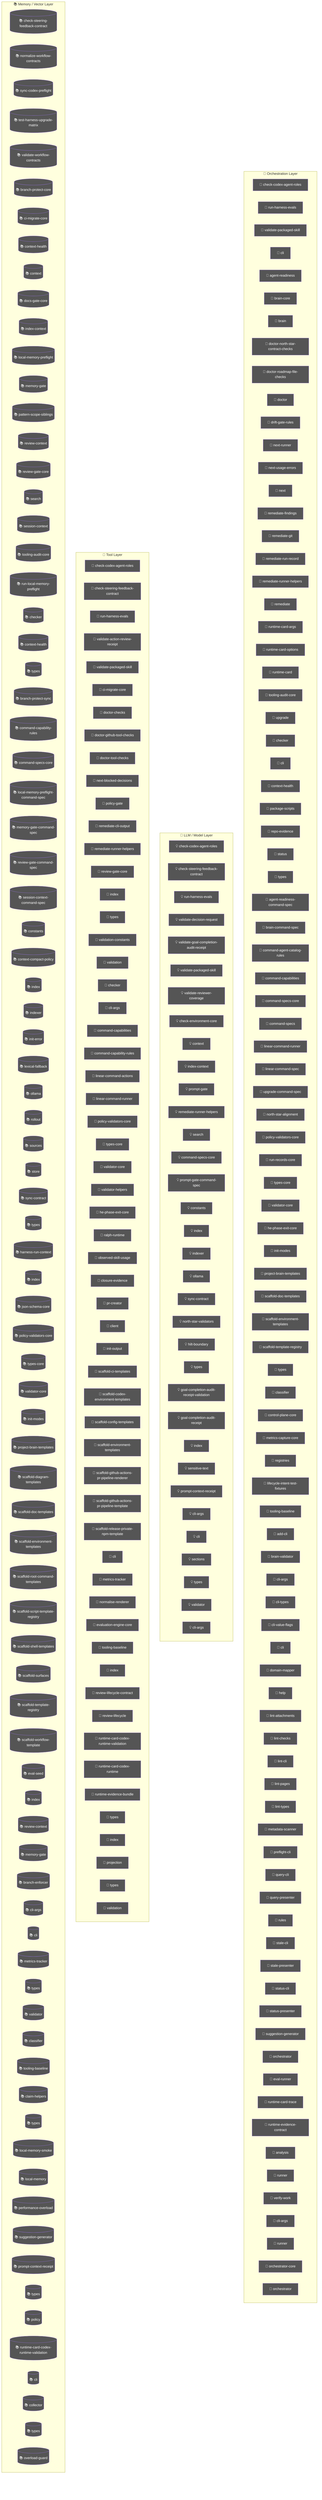
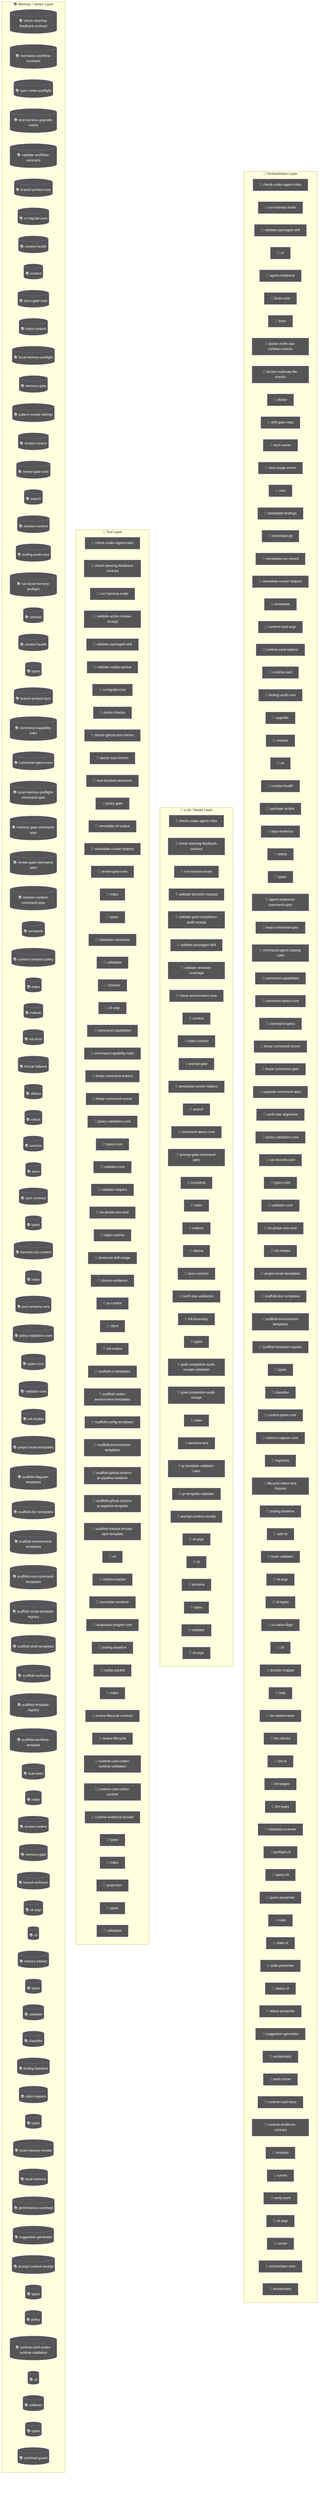
flowchart TD
  subgraph Orchestration["🎯 Orchestration Layer"]
    node_agent_mmd_orchestration_layer_orchestration_chec_7a9f0b64["🤖 check-codex-agent-roles"]
    node_agent_mmd_orchestration_layer_orchestration_run__18817957["🤖 run-harness-evals"]
    node_agent_mmd_orchestration_layer_orchestration_vali_c01b04be["🤖 validate-packaged-skill"]
    cli_99bb8840["🤖 cli"]
    agent_readiness_c82c68e6["🤖 agent-readiness"]
    brain_core_aa07c380["🤖 brain-core"]
    brain_bbbf7a64["🤖 brain"]
    doctor_north_star_contract_checks_0048124c["🤖 doctor-north-star-contract-checks"]
    doctor_roadmap_file_checks_14447b8e["🤖 doctor-roadmap-file-checks"]
    doctor_72f4be89["🤖 doctor"]
    drift_gate_rules_9685e72d["🤖 drift-gate-rules"]
    next_runner_41643472["🤖 next-runner"]
    next_usage_errors_837a345a["🤖 next-usage-errors"]
    next_c6c1c9a9["🤖 next"]
    remediate_findings_8b09c8c6["🤖 remediate-findings"]
    remediate_git_58c6f6f4["🤖 remediate-git"]
    remediate_run_record_9dfe5dc1["🤖 remediate-run-record"]
    node_agent_mmd_orchestration_layer_orchestration_reme_359fe98f["🤖 remediate-runner-helpers"]
    remediate_06b9c7fc["🤖 remediate"]
    runtime_card_args_2b3d4b28["🤖 runtime-card-args"]
    runtime_card_options_c9156ad5["🤖 runtime-card-options"]
    runtime_card_e06b53e1["🤖 runtime-card"]
    node_agent_mmd_orchestration_layer_orchestration_tool_acfe0c01["🤖 tooling-audit-core"]
    upgrade_7fef9479["🤖 upgrade"]
    node_agent_mmd_orchestration_layer_orchestration_chec_0550c395["🤖 checker"]
    cli_1_084e05fe["🤖 cli"]
    node_agent_mmd_orchestration_layer_orchestration_cont_61b3b9c9["🤖 context-health"]
    package_scripts_3ee6150f["🤖 package-scripts"]
    repo_evidence_38bb1de5["🤖 repo-evidence"]
    status_073c1634["🤖 status"]
    node_agent_mmd_orchestration_layer_orchestration_type_4f906dcc["🤖 types"]
    agent_readiness_command_spec_a30c2c1e["🤖 agent-readiness-command-spec"]
    brain_command_spec_15b122d5["🤖 brain-command-spec"]
    command_agent_catalog_rules_8e06b2af["🤖 command-agent-catalog-rules"]
    node_agent_mmd_orchestration_layer_orchestration_comm_6e41a7f7["🤖 command-capabilities"]
    node_agent_mmd_orchestration_layer_orchestration_comm_1f8cc24c["🤖 command-specs-core"]
    command_specs_69167c63["🤖 command-specs"]
    node_agent_mmd_orchestration_layer_orchestration_line_b67affd5["🤖 linear-command-runner"]
    linear_command_spec_1e12dd44["🤖 linear-command-spec"]
    upgrade_command_spec_03f6c7bd["🤖 upgrade-command-spec"]
    north_star_alignment_00440188["🤖 north-star-alignment"]
    node_agent_mmd_orchestration_layer_orchestration_poli_3270b55d["🤖 policy-validators-core"]
    run_records_core_89286dfa["🤖 run-records-core"]
    node_agent_mmd_orchestration_layer_orchestration_type_7cf81261["🤖 types-core"]
    node_agent_mmd_orchestration_layer_orchestration_vali_d9fe99e6["🤖 validator-core"]
    node_agent_mmd_orchestration_layer_orchestration_he_p_fc778c24["🤖 he-phase-exit-core"]
    node_agent_mmd_orchestration_layer_orchestration_init_2a9c3ecb["🤖 init-modes"]
    node_agent_mmd_orchestration_layer_orchestration_proj_6ab6f60f["🤖 project-brain-templates"]
    node_agent_mmd_orchestration_layer_orchestration_scaf_12cc07db["🤖 scaffold-doc-templates"]
    node_agent_mmd_orchestration_layer_orchestration_scaf_c9a90c2f["🤖 scaffold-environment-templates"]
    node_agent_mmd_orchestration_layer_orchestration_scaf_ff8f92f6["🤖 scaffold-template-registry"]
    types_15_86775c96["🤖 types"]
    node_agent_mmd_orchestration_layer_orchestration_clas_899b821a["🤖 classifier"]
    control_plane_core_db3b4cb2["🤖 control-plane-core"]
    metrics_capture_core_db4bf7cf["🤖 metrics-capture-core"]
    registries_06402afa["🤖 registries"]
    lifecycle_intent_test_fixtures_a53c7ada["🤖 lifecycle-intent-test-fixtures"]
    node_agent_mmd_orchestration_layer_orchestration_tool_cc43149f["🤖 tooling-baseline"]
    add_cli_7614de25["🤖 add-cli"]
    brain_validator_be251832["🤖 brain-validator"]
    cli_args_8_d546936e["🤖 cli-args"]
    cli_types_1686e858["🤖 cli-types"]
    cli_value_flags_732a8e43["🤖 cli-value-flags"]
    cli_9_b54c1407["🤖 cli"]
    domain_mapper_cd9333d2["🤖 domain-mapper"]
    help_106a5842["🤖 help"]
    lint_attachments_873c0632["🤖 lint-attachments"]
    lint_checks_83522b19["🤖 lint-checks"]
    lint_cli_9ec62ec0["🤖 lint-cli"]
    lint_pages_e33301d0["🤖 lint-pages"]
    lint_types_2862c255["🤖 lint-types"]
    metadata_scanner_6a101b66["🤖 metadata-scanner"]
    preflight_cli_5d148379["🤖 preflight-cli"]
    query_cli_b95be64d["🤖 query-cli"]
    query_presenter_02e6077c["🤖 query-presenter"]
    rules_6c621d1a["🤖 rules"]
    stale_cli_64548720["🤖 stale-cli"]
    stale_presenter_1de4e3a2["🤖 stale-presenter"]
    status_cli_4c24a0d6["🤖 status-cli"]
    status_presenter_8de686c1["🤖 status-presenter"]
    node_agent_mmd_orchestration_layer_orchestration_sugg_85c5ebe3["🤖 suggestion-generator"]
    orchestrator_11376b7e["🤖 orchestrator"]
    eval_runner_0966a6b3["🤖 eval-runner"]
    runtime_card_trace_64a5ca95["🤖 runtime-card-trace"]
    runtime_evidence_contract_0f7b15b2["🤖 runtime-evidence-contract"]
    analysis_f44e85c4["🤖 analysis"]
    runner_527aa9f4["🤖 runner"]
    verify_work_1_cd8e7ec3["🤖 verify-work"]
    cli_args_14_3481043e["🤖 cli-args"]
    runner_1_6f281bf8["🤖 runner"]
    orchestrator_core_d0678b53["🤖 orchestrator-core"]
    orchestrator_1_6b7137c5["🤖 orchestrator"]
  end
  subgraph LLMLayer["🧠 LLM / Model Layer"]
    node_agent_mmd_llm_model_layer_llmlayer_check_codex_a_29e7b7fa["💡 check-codex-agent-roles"]
    node_agent_mmd_llm_model_layer_llmlayer_check_steerin_a7dbbd2f["💡 check-steering-feedback-contract"]
    node_agent_mmd_llm_model_layer_llmlayer_run_harness_e_603fcfdc["💡 run-harness-evals"]
    validate_decision_request_2e5c325e["💡 validate-decision-request"]
    validate_goal_completion_audit_receipt_100d252c["💡 validate-goal-completion-audit-receipt"]
    node_agent_mmd_llm_model_layer_llmlayer_validate_pack_2a12e1f4["💡 validate-packaged-skill"]
    validate_reviewer_coverage_251efee3["💡 validate-reviewer-coverage"]
    check_environment_core_2c16213f["💡 check-environment-core"]
    node_agent_mmd_llm_model_layer_llmlayer_context_conte_ad2dfbd9["💡 context"]
    node_agent_mmd_llm_model_layer_llmlayer_index_context_1041bd11["💡 index-context"]
    prompt_gate_c5e9d207["💡 prompt-gate"]
    node_agent_mmd_llm_model_layer_llmlayer_remediate_run_9e3d4585["💡 remediate-runner-helpers"]
    node_agent_mmd_llm_model_layer_llmlayer_search_search_66b9a911["💡 search"]
    node_agent_mmd_llm_model_layer_llmlayer_command_specs_782af9fa["💡 command-specs-core"]
    prompt_gate_command_spec_9a941482["💡 prompt-gate-command-spec"]
    node_agent_mmd_llm_model_layer_llmlayer_constants_con_c9bd3f6c["💡 constants"]
    node_agent_mmd_llm_model_layer_llmlayer_index_index_1_02e160ff["💡 index"]
    node_agent_mmd_llm_model_layer_llmlayer_indexer_index_4f4deef5["💡 indexer"]
    node_agent_mmd_llm_model_layer_llmlayer_ollama_ollama_968b23fa["💡 ollama"]
    node_agent_mmd_llm_model_layer_llmlayer_sync_contract_9f3cc8c1["💡 sync-contract"]
    north_star_validators_cfc926ce["💡 north-star-validators"]
    hilt_boundary_9b36fb15["💡 hilt-boundary"]
    types_9_1db4641f["💡 types"]
    goal_completion_audit_receipt_validation_9d0f4891["💡 goal-completion-audit-receipt-validation"]
    goal_completion_audit_receipt_5e4939c3["💡 goal-completion-audit-receipt"]
    index_4_013aa0e3["💡 index"]
    sensitive_text_7c11f760["💡 sensitive-text"]
+     pr_template_validator_rules_20a32d6b["💡 pr-template-validator-rules"]
+     pr_template_validator_f1a53aee["💡 pr-template-validator"]
    node_agent_mmd_llm_model_layer_llmlayer_index_index_1_02e160ff["💡 index"]
    node_agent_mmd_llm_model_layer_llmlayer_prompt_contex_6426acc2["💡 prompt-context-receipt"]
    cli_args_9_9c136878["💡 cli-args"]
    cli_10_35dc8cbd["💡 cli"]
    sections_4697ef32["💡 sections"]
    types_25_89d086aa["💡 types"]
    validator_6_3688adbf["💡 validator"]
    cli_args_10_861cdd3f["💡 cli-args"]
  end
  subgraph ToolLayer["🔧 Tool Layer"]
    node_agent_mmd_tool_layer_toollayer_check_codex_agent_4b361d5a["🔧 check-codex-agent-roles"]
    node_agent_mmd_tool_layer_toollayer_check_steering_fe_84ed22c2["🔧 check-steering-feedback-contract"]
    node_agent_mmd_tool_layer_toollayer_run_harness_evals_e2ee24f1["🔧 run-harness-evals"]
    validate_action_review_receipt_fa2f06c3["🔧 validate-action-review-receipt"]
    node_agent_mmd_tool_layer_toollayer_validate_packaged_2855c827["🔧 validate-packaged-skill"]
+     validate_replay_packet_f309747e["🔧 validate-replay-packet"]
    node_agent_mmd_tool_layer_toollayer_ci_migrate_core_c_049f8460["🔧 ci-migrate-core"]
    doctor_checks_5a2eb2b9["🔧 doctor-checks"]
    doctor_github_tool_checks_a53b0382["🔧 doctor-github-tool-checks"]
    doctor_tool_checks_4acac51a["🔧 doctor-tool-checks"]
    next_blocked_decisions_4140ad2b["🔧 next-blocked-decisions"]
    policy_gate_213f7313["🔧 policy-gate"]
    remediate_cli_output_cc165396["🔧 remediate-cli-output"]
    node_agent_mmd_tool_layer_toollayer_remediate_runner__c003b871["🔧 remediate-runner-helpers"]
    node_agent_mmd_tool_layer_toollayer_review_gate_core__7704598b["🔧 review-gate-core"]
    index_1bc04b52["🔧 index"]
    types_1_4ecdf56e["🔧 types"]
    validation_constants_e002a0f6["🔧 validation-constants"]
    validation_98c41dcd["🔧 validation"]
    node_agent_mmd_tool_layer_toollayer_checker_checker_2_453d593b["🔧 checker"]
    cli_args_1_6144b055["🔧 cli-args"]
    node_agent_mmd_tool_layer_toollayer_command_capabilit_7fe13db1["🔧 command-capabilities"]
    node_agent_mmd_tool_layer_toollayer_command_capabilit_e97a4615["🔧 command-capability-rules"]
    linear_command_actions_e430f4f4["🔧 linear-command-actions"]
    node_agent_mmd_tool_layer_toollayer_linear_command_ru_d6763748["🔧 linear-command-runner"]
    node_agent_mmd_tool_layer_toollayer_policy_validators_af136abf["🔧 policy-validators-core"]
    node_agent_mmd_tool_layer_toollayer_types_core_types__6c8319b6["🔧 types-core"]
    node_agent_mmd_tool_layer_toollayer_validator_core_va_6ef6131f["🔧 validator-core"]
    validator_helpers_7b927667["🔧 validator-helpers"]
    node_agent_mmd_tool_layer_toollayer_he_phase_exit_cor_af016160["🔧 he-phase-exit-core"]
    ralph_runtime_73d63c0e["🔧 ralph-runtime"]
    observed_skill_usage_ed7d5930["🔧 observed-skill-usage"]
    closure_evidence_aaa31467["🔧 closure-evidence"]
    pr_creator_dc6b1ea4["🔧 pr-creator"]
    client_948fe603["🔧 client"]
    init_output_360dce91["🔧 init-output"]
    scaffold_ci_templates_2afd6392["🔧 scaffold-ci-templates"]
    scaffold_codex_environment_templates_334fbbed["🔧 scaffold-codex-environment-templates"]
    scaffold_config_templates_4b80ce53["🔧 scaffold-config-templates"]
    node_agent_mmd_tool_layer_toollayer_scaffold_environm_c1afc013["🔧 scaffold-environment-templates"]
    scaffold_github_actions_pr_pipeline_renderer_1ee18de5["🔧 scaffold-github-actions-pr-pipeline-renderer"]
    scaffold_github_actions_pr_pipeline_template_e2b85f62["🔧 scaffold-github-actions-pr-pipeline-template"]
    scaffold_release_private_npm_template_075499f8["🔧 scaffold-release-private-npm-template"]
    node_agent_mmd_tool_layer_toollayer_cli_cli_2_1_32d9eeaf["🔧 cli"]
    node_agent_mmd_tool_layer_toollayer_metrics_tracker_m_4c9237d8["🔧 metrics-tracker"]
    normalise_renderer_85f2e563["🔧 normalise-renderer"]
    evaluation_engine_core_e054fe49["🔧 evaluation-engine-core"]
    node_agent_mmd_tool_layer_toollayer_tooling_baseline__61e66e9f["🔧 tooling-baseline"]
+     replay_packet_a1293f88["🔧 replay-packet"]
    index_11_ffcd5842["🔧 index"]
    review_lifecycle_contract_e5447221["🔧 review-lifecycle-contract"]
    review_lifecycle_89afa64c["🔧 review-lifecycle"]
    node_agent_mmd_tool_layer_toollayer_runtime_card_code_3636ceac["🔧 runtime-card-codex-runtime-validation"]
    runtime_card_codex_runtime_0655e230["🔧 runtime-card-codex-runtime"]
    runtime_evidence_bundle_d471a232["🔧 runtime-evidence-bundle"]
    types_34_85e6a0bb["🔧 types"]
    index_14_d982116c["🔧 index"]
    projection_1b250ea1["🔧 projection"]
    types_36_674380ec["🔧 types"]
    validation_6_097a7ce3["🔧 validation"]
  end
  subgraph MemoryLayer["📚 Memory / Vector Layer"]
    node_agent_mmd_memory_vector_layer_memorylayer_check__d71f8993[("📚 check-steering-feedback-contract")]
    normalize_workflow_contracts_8701f1c8[("📚 normalize-workflow-contracts")]
    sync_codex_preflight_7e7a8dc2[("📚 sync-codex-preflight")]
    test_harness_upgrade_matrix_84113c4e[("📚 test-harness-upgrade-matrix")]
    validate_workflow_contracts_33dc063c[("📚 validate-workflow-contracts")]
    branch_protect_core_a8feb0fd[("📚 branch-protect-core")]
    node_agent_mmd_memory_vector_layer_memorylayer_ci_mig_0cd5b1a4[("📚 ci-migrate-core")]
    context_health_80bb7da9[("📚 context-health")]
    node_agent_mmd_memory_vector_layer_memorylayer_contex_78ceaaa9[("📚 context")]
    docs_gate_core_eb9b6c18[("📚 docs-gate-core")]
    node_agent_mmd_memory_vector_layer_memorylayer_index__6f3402d0[("📚 index-context")]
    local_memory_preflight_dcc36c42[("📚 local-memory-preflight")]
    memory_gate_a577a506[("📚 memory-gate")]
    pattern_scope_siblings_43abe000[("📚 pattern-scope-siblings")]
    review_context_ca6cf81d[("📚 review-context")]
    node_agent_mmd_memory_vector_layer_memorylayer_review_5bee9816[("📚 review-gate-core")]
    node_agent_mmd_memory_vector_layer_memorylayer_search_ac35cb7e[("📚 search")]
    session_context_e5ec72c0[("📚 session-context")]
    node_agent_mmd_memory_vector_layer_memorylayer_toolin_a1185b8f[("📚 tooling-audit-core")]
    run_local_memory_preflight_36e92808[("📚 run-local-memory-preflight")]
    node_agent_mmd_memory_vector_layer_memorylayer_checke_a583eb4f[("📚 checker")]
    node_agent_mmd_memory_vector_layer_memorylayer_contex_fe0865d6[("📚 context-health")]
    node_agent_mmd_memory_vector_layer_memorylayer_types__9ad640a0[("📚 types")]
    branch_protect_sync_570adb18[("📚 branch-protect-sync")]
    node_agent_mmd_memory_vector_layer_memorylayer_comman_c72a5d05[("📚 command-capability-rules")]
    node_agent_mmd_memory_vector_layer_memorylayer_comman_111eb454[("📚 command-specs-core")]
    local_memory_preflight_command_spec_9e23f3ce[("📚 local-memory-preflight-command-spec")]
    memory_gate_command_spec_dc9001a9[("📚 memory-gate-command-spec")]
    review_gate_command_spec_3187376a[("📚 review-gate-command-spec")]
    session_context_command_spec_973afbb1[("📚 session-context-command-spec")]
    node_agent_mmd_memory_vector_layer_memorylayer_consta_702d3f46[("📚 constants")]
    context_compact_policy_3dcaf95d[("📚 context-compact-policy")]
    node_agent_mmd_memory_vector_layer_memorylayer_index__752bc61e[("📚 index")]
    node_agent_mmd_memory_vector_layer_memorylayer_indexe_93e6d86f[("📚 indexer")]
    init_error_5c7dd49f[("📚 init-error")]
    lexical_fallback_723e2b3e[("📚 lexical-fallback")]
    node_agent_mmd_memory_vector_layer_memorylayer_ollama_6d51be16[("📚 ollama")]
    rollout_a4fa034c[("📚 rollout")]
    sources_878a52fc[("📚 sources")]
    store_824d80d7[("📚 store")]
    node_agent_mmd_memory_vector_layer_memorylayer_sync_c_e43418bc[("📚 sync-contract")]
    types_7_2f1ed65e[("📚 types")]
    harness_run_context_ac7c77a9[("📚 harness-run-context")]
    index_3_7e40d474[("📚 index")]
    json_schema_core_96d7e328[("📚 json-schema-core")]
    node_agent_mmd_memory_vector_layer_memorylayer_policy_1944de42[("📚 policy-validators-core")]
    node_agent_mmd_memory_vector_layer_memorylayer_types__83f369fa[("📚 types-core")]
    node_agent_mmd_memory_vector_layer_memorylayer_valida_41034356[("📚 validator-core")]
    node_agent_mmd_memory_vector_layer_memorylayer_init_m_333d02c5[("📚 init-modes")]
    node_agent_mmd_memory_vector_layer_memorylayer_projec_3ae304d9[("📚 project-brain-templates")]
    scaffold_diagram_templates_dd88e83c[("📚 scaffold-diagram-templates")]
    node_agent_mmd_memory_vector_layer_memorylayer_scaffo_5fd73b94[("📚 scaffold-doc-templates")]
    node_agent_mmd_memory_vector_layer_memorylayer_scaffo_12b42341[("📚 scaffold-environment-templates")]
    scaffold_root_command_templates_404fed7f[("📚 scaffold-root-command-templates")]
    scaffold_script_template_registry_69312d4e[("📚 scaffold-script-template-registry")]
    scaffold_shell_templates_0ad0f915[("📚 scaffold-shell-templates")]
    scaffold_surfaces_12d6494e[("📚 scaffold-surfaces")]
    node_agent_mmd_memory_vector_layer_memorylayer_scaffo_a86eece1[("📚 scaffold-template-registry")]
    scaffold_workflow_template_92310587[("📚 scaffold-workflow-template")]
    eval_seed_5699fd3e[("📚 eval-seed")]
    index_8_6f0f20ec[("📚 index")]
    review_context_1_e3afed15[("📚 review-context")]
    memory_gate_1_265164ac[("📚 memory-gate")]
    branch_enforcer_acb749cd[("📚 branch-enforcer")]
    cli_args_5_09ea29f0[("📚 cli-args")]
    node_agent_mmd_memory_vector_layer_memorylayer_cli_cl_1f1f89ab[("📚 cli")]
    node_agent_mmd_memory_vector_layer_memorylayer_metric_12562178[("📚 metrics-tracker")]
    types_17_ed30531c[("📚 types")]
    validator_4_5180cf23[("📚 validator")]
    node_agent_mmd_memory_vector_layer_memorylayer_classi_1ebbf5ff[("📚 classifier")]
    node_agent_mmd_memory_vector_layer_memorylayer_toolin_14f86b00[("📚 tooling-baseline")]
    claim_helpers_20dc8387[("📚 claim-helpers")]
    types_22_f3cf4a73[("📚 types")]
    local_memory_smoke_1175abfc[("📚 local-memory-smoke")]
    local_memory_0db17ecc[("📚 local-memory")]
    performance_overload_c685bfcf[("📚 performance-overload")]
    node_agent_mmd_memory_vector_layer_memorylayer_sugges_267f408d[("📚 suggestion-generator")]
    node_agent_mmd_memory_vector_layer_memorylayer_index__752bc61e[("📚 index")]
    node_agent_mmd_memory_vector_layer_memorylayer_prompt_55c0d605[("📚 prompt-context-receipt")]
    types_29_929d5a70[("📚 types")]
    policy_1_fc4198db[("📚 policy")]
    node_agent_mmd_memory_vector_layer_memorylayer_runtim_a5d23e7f[("📚 runtime-card-codex-runtime-validation")]
    cli_11_338a8415[("📚 cli")]
    collector_0736fd5b[("📚 collector")]
    types_32_bfe791ff[("📚 types")]
    overload_guard_2748c559[("📚 overload-guard")]
  end
  classDef agentNode fill:#555,color:#fff
  class node_agent_mmd_orchestration_layer_orchestration_chec_7a9f0b64,node_agent_mmd_llm_model_layer_llmlayer_check_codex_a_29e7b7fa,node_agent_mmd_tool_layer_toollayer_check_codex_agent_4b361d5a,node_agent_mmd_orchestration_layer_orchestration_run__18817957,node_agent_mmd_llm_model_layer_llmlayer_run_harness_e_603fcfdc,node_agent_mmd_tool_layer_toollayer_run_harness_evals_e2ee24f1,node_agent_mmd_orchestration_layer_orchestration_vali_c01b04be,node_agent_mmd_llm_model_layer_llmlayer_validate_pack_2a12e1f4,node_agent_mmd_tool_layer_toollayer_validate_packaged_2855c827,cli_99bb8840,agent_readiness_c82c68e6,brain_core_aa07c380,brain_bbbf7a64,doctor_north_star_contract_checks_0048124c,doctor_roadmap_file_checks_14447b8e,doctor_72f4be89,drift_gate_rules_9685e72d,next_runner_41643472,next_usage_errors_837a345a,next_c6c1c9a9,remediate_findings_8b09c8c6,remediate_git_58c6f6f4,remediate_run_record_9dfe5dc1,node_agent_mmd_orchestration_layer_orchestration_reme_359fe98f,node_agent_mmd_llm_model_layer_llmlayer_remediate_run_9e3d4585,node_agent_mmd_tool_layer_toollayer_remediate_runner__c003b871,remediate_06b9c7fc,runtime_card_args_2b3d4b28,runtime_card_options_c9156ad5,runtime_card_e06b53e1,node_agent_mmd_orchestration_layer_orchestration_tool_acfe0c01,node_agent_mmd_memory_vector_layer_memorylayer_toolin_a1185b8f,upgrade_7fef9479,node_agent_mmd_orchestration_layer_orchestration_chec_0550c395,node_agent_mmd_tool_layer_toollayer_checker_checker_2_453d593b,node_agent_mmd_memory_vector_layer_memorylayer_checke_a583eb4f,cli_1_084e05fe,node_agent_mmd_orchestration_layer_orchestration_cont_61b3b9c9,node_agent_mmd_memory_vector_layer_memorylayer_contex_fe0865d6,package_scripts_3ee6150f,repo_evidence_38bb1de5,status_073c1634,node_agent_mmd_orchestration_layer_orchestration_type_4f906dcc,node_agent_mmd_memory_vector_layer_memorylayer_types__9ad640a0,agent_readiness_command_spec_a30c2c1e,brain_command_spec_15b122d5,command_agent_catalog_rules_8e06b2af,node_agent_mmd_orchestration_layer_orchestration_comm_6e41a7f7,node_agent_mmd_tool_layer_toollayer_command_capabilit_7fe13db1,node_agent_mmd_orchestration_layer_orchestration_comm_1f8cc24c,node_agent_mmd_llm_model_layer_llmlayer_command_specs_782af9fa,node_agent_mmd_memory_vector_layer_memorylayer_comman_111eb454,command_specs_69167c63,node_agent_mmd_orchestration_layer_orchestration_line_b67affd5,node_agent_mmd_tool_layer_toollayer_linear_command_ru_d6763748,linear_command_spec_1e12dd44,upgrade_command_spec_03f6c7bd,north_star_alignment_00440188,node_agent_mmd_orchestration_layer_orchestration_poli_3270b55d,node_agent_mmd_tool_layer_toollayer_policy_validators_af136abf,node_agent_mmd_memory_vector_layer_memorylayer_policy_1944de42,run_records_core_89286dfa,node_agent_mmd_orchestration_layer_orchestration_type_7cf81261,node_agent_mmd_tool_layer_toollayer_types_core_types__6c8319b6,node_agent_mmd_memory_vector_layer_memorylayer_types__83f369fa,node_agent_mmd_orchestration_layer_orchestration_vali_d9fe99e6,node_agent_mmd_tool_layer_toollayer_validator_core_va_6ef6131f,node_agent_mmd_memory_vector_layer_memorylayer_valida_41034356,node_agent_mmd_orchestration_layer_orchestration_he_p_fc778c24,node_agent_mmd_tool_layer_toollayer_he_phase_exit_cor_af016160,node_agent_mmd_orchestration_layer_orchestration_init_2a9c3ecb,node_agent_mmd_memory_vector_layer_memorylayer_init_m_333d02c5,node_agent_mmd_orchestration_layer_orchestration_proj_6ab6f60f,node_agent_mmd_memory_vector_layer_memorylayer_projec_3ae304d9,node_agent_mmd_orchestration_layer_orchestration_scaf_12cc07db,node_agent_mmd_memory_vector_layer_memorylayer_scaffo_5fd73b94,node_agent_mmd_orchestration_layer_orchestration_scaf_c9a90c2f,node_agent_mmd_tool_layer_toollayer_scaffold_environm_c1afc013,node_agent_mmd_memory_vector_layer_memorylayer_scaffo_12b42341,node_agent_mmd_orchestration_layer_orchestration_scaf_ff8f92f6,node_agent_mmd_memory_vector_layer_memorylayer_scaffo_a86eece1,types_15_86775c96,node_agent_mmd_orchestration_layer_orchestration_clas_899b821a,node_agent_mmd_memory_vector_layer_memorylayer_classi_1ebbf5ff,control_plane_core_db3b4cb2,metrics_capture_core_db4bf7cf,registries_06402afa,lifecycle_intent_test_fixtures_a53c7ada,node_agent_mmd_orchestration_layer_orchestration_tool_cc43149f,node_agent_mmd_tool_layer_toollayer_tooling_baseline__61e66e9f,node_agent_mmd_memory_vector_layer_memorylayer_toolin_14f86b00,add_cli_7614de25,brain_validator_be251832,cli_args_8_d546936e,cli_types_1686e858,cli_value_flags_732a8e43,cli_9_b54c1407,domain_mapper_cd9333d2,help_106a5842,lint_attachments_873c0632,lint_checks_83522b19,lint_cli_9ec62ec0,lint_pages_e33301d0,lint_types_2862c255,metadata_scanner_6a101b66,preflight_cli_5d148379,query_cli_b95be64d,query_presenter_02e6077c,rules_6c621d1a,stale_cli_64548720,stale_presenter_1de4e3a2,status_cli_4c24a0d6,status_presenter_8de686c1,node_agent_mmd_orchestration_layer_orchestration_sugg_85c5ebe3,node_agent_mmd_memory_vector_layer_memorylayer_sugges_267f408d,orchestrator_11376b7e,eval_runner_0966a6b3,runtime_card_trace_64a5ca95,runtime_evidence_contract_0f7b15b2,analysis_f44e85c4,runner_527aa9f4,verify_work_1_cd8e7ec3,cli_args_14_3481043e,runner_1_6f281bf8,orchestrator_core_d0678b53,orchestrator_1_6b7137c5 agentNode
  classDef llmNode fill:#555,color:#fff
-   class node_agent_mmd_orchestration_layer_orchestration_chec_7a9f0b64,node_agent_mmd_llm_model_layer_llmlayer_check_codex_a_29e7b7fa,node_agent_mmd_tool_layer_toollayer_check_codex_agent_4b361d5a,node_agent_mmd_llm_model_layer_llmlayer_check_steerin_a7dbbd2f,node_agent_mmd_tool_layer_toollayer_check_steering_fe_84ed22c2,node_agent_mmd_memory_vector_layer_memorylayer_check__d71f8993,node_agent_mmd_orchestration_layer_orchestration_run__18817957,node_agent_mmd_llm_model_layer_llmlayer_run_harness_e_603fcfdc,node_agent_mmd_tool_layer_toollayer_run_harness_evals_e2ee24f1,validate_decision_request_2e5c325e,validate_goal_completion_audit_receipt_100d252c,node_agent_mmd_orchestration_layer_orchestration_vali_c01b04be,node_agent_mmd_llm_model_layer_llmlayer_validate_pack_2a12e1f4,node_agent_mmd_tool_layer_toollayer_validate_packaged_2855c827,validate_reviewer_coverage_251efee3,check_environment_core_2c16213f,node_agent_mmd_llm_model_layer_llmlayer_context_conte_ad2dfbd9,node_agent_mmd_memory_vector_layer_memorylayer_contex_78ceaaa9,node_agent_mmd_llm_model_layer_llmlayer_index_context_1041bd11,node_agent_mmd_memory_vector_layer_memorylayer_index__6f3402d0,prompt_gate_c5e9d207,node_agent_mmd_orchestration_layer_orchestration_reme_359fe98f,node_agent_mmd_llm_model_layer_llmlayer_remediate_run_9e3d4585,node_agent_mmd_tool_layer_toollayer_remediate_runner__c003b871,node_agent_mmd_llm_model_layer_llmlayer_search_search_66b9a911,node_agent_mmd_memory_vector_layer_memorylayer_search_ac35cb7e,node_agent_mmd_orchestration_layer_orchestration_comm_1f8cc24c,node_agent_mmd_llm_model_layer_llmlayer_command_specs_782af9fa,node_agent_mmd_memory_vector_layer_memorylayer_comman_111eb454,prompt_gate_command_spec_9a941482,node_agent_mmd_llm_model_layer_llmlayer_constants_con_c9bd3f6c,node_agent_mmd_memory_vector_layer_memorylayer_consta_702d3f46,node_agent_mmd_llm_model_layer_llmlayer_index_index_1_02e160ff,node_agent_mmd_memory_vector_layer_memorylayer_index__752bc61e,node_agent_mmd_llm_model_layer_llmlayer_indexer_index_4f4deef5,node_agent_mmd_memory_vector_layer_memorylayer_indexe_93e6d86f,node_agent_mmd_llm_model_layer_llmlayer_ollama_ollama_968b23fa,node_agent_mmd_memory_vector_layer_memorylayer_ollama_6d51be16,node_agent_mmd_llm_model_layer_llmlayer_sync_contract_9f3cc8c1,node_agent_mmd_memory_vector_layer_memorylayer_sync_c_e43418bc,north_star_validators_cfc926ce,hilt_boundary_9b36fb15,types_9_1db4641f,goal_completion_audit_receipt_validation_9d0f4891,goal_completion_audit_receipt_5e4939c3,index_4_013aa0e3,sensitive_text_7c11f760,node_agent_mmd_llm_model_layer_llmlayer_prompt_contex_6426acc2,node_agent_mmd_memory_vector_layer_memorylayer_prompt_55c0d605,cli_args_9_9c136878,cli_10_35dc8cbd,sections_4697ef32,types_25_89d086aa,validator_6_3688adbf,cli_args_10_861cdd3f llmNode
+   class node_agent_mmd_orchestration_layer_orchestration_chec_7a9f0b64,node_agent_mmd_llm_model_layer_llmlayer_check_codex_a_29e7b7fa,node_agent_mmd_tool_layer_toollayer_check_codex_agent_4b361d5a,node_agent_mmd_llm_model_layer_llmlayer_check_steerin_a7dbbd2f,node_agent_mmd_tool_layer_toollayer_check_steering_fe_84ed22c2,node_agent_mmd_memory_vector_layer_memorylayer_check__d71f8993,node_agent_mmd_orchestration_layer_orchestration_run__18817957,node_agent_mmd_llm_model_layer_llmlayer_run_harness_e_603fcfdc,node_agent_mmd_tool_layer_toollayer_run_harness_evals_e2ee24f1,validate_decision_request_2e5c325e,validate_goal_completion_audit_receipt_100d252c,node_agent_mmd_orchestration_layer_orchestration_vali_c01b04be,node_agent_mmd_llm_model_layer_llmlayer_validate_pack_2a12e1f4,node_agent_mmd_tool_layer_toollayer_validate_packaged_2855c827,validate_reviewer_coverage_251efee3,check_environment_core_2c16213f,node_agent_mmd_llm_model_layer_llmlayer_context_conte_ad2dfbd9,node_agent_mmd_memory_vector_layer_memorylayer_contex_78ceaaa9,node_agent_mmd_llm_model_layer_llmlayer_index_context_1041bd11,node_agent_mmd_memory_vector_layer_memorylayer_index__6f3402d0,prompt_gate_c5e9d207,node_agent_mmd_orchestration_layer_orchestration_reme_359fe98f,node_agent_mmd_llm_model_layer_llmlayer_remediate_run_9e3d4585,node_agent_mmd_tool_layer_toollayer_remediate_runner__c003b871,node_agent_mmd_llm_model_layer_llmlayer_search_search_66b9a911,node_agent_mmd_memory_vector_layer_memorylayer_search_ac35cb7e,node_agent_mmd_orchestration_layer_orchestration_comm_1f8cc24c,node_agent_mmd_llm_model_layer_llmlayer_command_specs_782af9fa,node_agent_mmd_memory_vector_layer_memorylayer_comman_111eb454,prompt_gate_command_spec_9a941482,node_agent_mmd_llm_model_layer_llmlayer_constants_con_c9bd3f6c,node_agent_mmd_memory_vector_layer_memorylayer_consta_702d3f46,node_agent_mmd_llm_model_layer_llmlayer_index_index_1_02e160ff,node_agent_mmd_memory_vector_layer_memorylayer_index__752bc61e,node_agent_mmd_llm_model_layer_llmlayer_indexer_index_4f4deef5,node_agent_mmd_memory_vector_layer_memorylayer_indexe_93e6d86f,node_agent_mmd_llm_model_layer_llmlayer_ollama_ollama_968b23fa,node_agent_mmd_memory_vector_layer_memorylayer_ollama_6d51be16,node_agent_mmd_llm_model_layer_llmlayer_sync_contract_9f3cc8c1,node_agent_mmd_memory_vector_layer_memorylayer_sync_c_e43418bc,north_star_validators_cfc926ce,hilt_boundary_9b36fb15,types_9_1db4641f,goal_completion_audit_receipt_validation_9d0f4891,goal_completion_audit_receipt_5e4939c3,index_4_013aa0e3,sensitive_text_7c11f760,pr_template_validator_rules_20a32d6b,pr_template_validator_f1a53aee,node_agent_mmd_llm_model_layer_llmlayer_prompt_contex_6426acc2,node_agent_mmd_memory_vector_layer_memorylayer_prompt_55c0d605,cli_args_9_9c136878,cli_10_35dc8cbd,sections_4697ef32,types_25_89d086aa,validator_6_3688adbf,cli_args_10_861cdd3f llmNode
  classDef toolNode fill:#555,color:#fff
-   class node_agent_mmd_orchestration_layer_orchestration_chec_7a9f0b64,node_agent_mmd_llm_model_layer_llmlayer_check_codex_a_29e7b7fa,node_agent_mmd_tool_layer_toollayer_check_codex_agent_4b361d5a,node_agent_mmd_llm_model_layer_llmlayer_check_steerin_a7dbbd2f,node_agent_mmd_tool_layer_toollayer_check_steering_fe_84ed22c2,node_agent_mmd_memory_vector_layer_memorylayer_check__d71f8993,node_agent_mmd_orchestration_layer_orchestration_run__18817957,node_agent_mmd_llm_model_layer_llmlayer_run_harness_e_603fcfdc,node_agent_mmd_tool_layer_toollayer_run_harness_evals_e2ee24f1,validate_action_review_receipt_fa2f06c3,node_agent_mmd_orchestration_layer_orchestration_vali_c01b04be,node_agent_mmd_llm_model_layer_llmlayer_validate_pack_2a12e1f4,node_agent_mmd_tool_layer_toollayer_validate_packaged_2855c827,node_agent_mmd_tool_layer_toollayer_ci_migrate_core_c_049f8460,node_agent_mmd_memory_vector_layer_memorylayer_ci_mig_0cd5b1a4,doctor_checks_5a2eb2b9,doctor_github_tool_checks_a53b0382,doctor_tool_checks_4acac51a,next_blocked_decisions_4140ad2b,policy_gate_213f7313,remediate_cli_output_cc165396,node_agent_mmd_orchestration_layer_orchestration_reme_359fe98f,node_agent_mmd_llm_model_layer_llmlayer_remediate_run_9e3d4585,node_agent_mmd_tool_layer_toollayer_remediate_runner__c003b871,node_agent_mmd_tool_layer_toollayer_review_gate_core__7704598b,node_agent_mmd_memory_vector_layer_memorylayer_review_5bee9816,index_1bc04b52,types_1_4ecdf56e,validation_constants_e002a0f6,validation_98c41dcd,node_agent_mmd_orchestration_layer_orchestration_chec_0550c395,node_agent_mmd_tool_layer_toollayer_checker_checker_2_453d593b,node_agent_mmd_memory_vector_layer_memorylayer_checke_a583eb4f,cli_args_1_6144b055,node_agent_mmd_orchestration_layer_orchestration_comm_6e41a7f7,node_agent_mmd_tool_layer_toollayer_command_capabilit_7fe13db1,node_agent_mmd_tool_layer_toollayer_command_capabilit_e97a4615,node_agent_mmd_memory_vector_layer_memorylayer_comman_c72a5d05,linear_command_actions_e430f4f4,node_agent_mmd_orchestration_layer_orchestration_line_b67affd5,node_agent_mmd_tool_layer_toollayer_linear_command_ru_d6763748,node_agent_mmd_orchestration_layer_orchestration_poli_3270b55d,node_agent_mmd_tool_layer_toollayer_policy_validators_af136abf,node_agent_mmd_memory_vector_layer_memorylayer_policy_1944de42,node_agent_mmd_orchestration_layer_orchestration_type_7cf81261,node_agent_mmd_tool_layer_toollayer_types_core_types__6c8319b6,node_agent_mmd_memory_vector_layer_memorylayer_types__83f369fa,node_agent_mmd_orchestration_layer_orchestration_vali_d9fe99e6,node_agent_mmd_tool_layer_toollayer_validator_core_va_6ef6131f,node_agent_mmd_memory_vector_layer_memorylayer_valida_41034356,validator_helpers_7b927667,node_agent_mmd_orchestration_layer_orchestration_he_p_fc778c24,node_agent_mmd_tool_layer_toollayer_he_phase_exit_cor_af016160,ralph_runtime_73d63c0e,observed_skill_usage_ed7d5930,closure_evidence_aaa31467,pr_creator_dc6b1ea4,client_948fe603,init_output_360dce91,scaffold_ci_templates_2afd6392,scaffold_codex_environment_templates_334fbbed,scaffold_config_templates_4b80ce53,node_agent_mmd_orchestration_layer_orchestration_scaf_c9a90c2f,node_agent_mmd_tool_layer_toollayer_scaffold_environm_c1afc013,node_agent_mmd_memory_vector_layer_memorylayer_scaffo_12b42341,scaffold_github_actions_pr_pipeline_renderer_1ee18de5,scaffold_github_actions_pr_pipeline_template_e2b85f62,scaffold_release_private_npm_template_075499f8,node_agent_mmd_tool_layer_toollayer_cli_cli_2_1_32d9eeaf,node_agent_mmd_memory_vector_layer_memorylayer_cli_cl_1f1f89ab,node_agent_mmd_tool_layer_toollayer_metrics_tracker_m_4c9237d8,node_agent_mmd_memory_vector_layer_memorylayer_metric_12562178,normalise_renderer_85f2e563,evaluation_engine_core_e054fe49,node_agent_mmd_orchestration_layer_orchestration_tool_cc43149f,node_agent_mmd_tool_layer_toollayer_tooling_baseline__61e66e9f,node_agent_mmd_memory_vector_layer_memorylayer_toolin_14f86b00,index_11_ffcd5842,review_lifecycle_contract_e5447221,review_lifecycle_89afa64c,node_agent_mmd_tool_layer_toollayer_runtime_card_code_3636ceac,node_agent_mmd_memory_vector_layer_memorylayer_runtim_a5d23e7f,runtime_card_codex_runtime_0655e230,runtime_evidence_bundle_d471a232,types_34_85e6a0bb,index_14_d982116c,projection_1b250ea1,types_36_674380ec,validation_6_097a7ce3 toolNode
+   class node_agent_mmd_orchestration_layer_orchestration_chec_7a9f0b64,node_agent_mmd_llm_model_layer_llmlayer_check_codex_a_29e7b7fa,node_agent_mmd_tool_layer_toollayer_check_codex_agent_4b361d5a,node_agent_mmd_llm_model_layer_llmlayer_check_steerin_a7dbbd2f,node_agent_mmd_tool_layer_toollayer_check_steering_fe_84ed22c2,node_agent_mmd_memory_vector_layer_memorylayer_check__d71f8993,node_agent_mmd_orchestration_layer_orchestration_run__18817957,node_agent_mmd_llm_model_layer_llmlayer_run_harness_e_603fcfdc,node_agent_mmd_tool_layer_toollayer_run_harness_evals_e2ee24f1,validate_action_review_receipt_fa2f06c3,node_agent_mmd_orchestration_layer_orchestration_vali_c01b04be,node_agent_mmd_llm_model_layer_llmlayer_validate_pack_2a12e1f4,node_agent_mmd_tool_layer_toollayer_validate_packaged_2855c827,validate_replay_packet_f309747e,node_agent_mmd_tool_layer_toollayer_ci_migrate_core_c_049f8460,node_agent_mmd_memory_vector_layer_memorylayer_ci_mig_0cd5b1a4,doctor_checks_5a2eb2b9,doctor_github_tool_checks_a53b0382,doctor_tool_checks_4acac51a,next_blocked_decisions_4140ad2b,policy_gate_213f7313,remediate_cli_output_cc165396,node_agent_mmd_orchestration_layer_orchestration_reme_359fe98f,node_agent_mmd_llm_model_layer_llmlayer_remediate_run_9e3d4585,node_agent_mmd_tool_layer_toollayer_remediate_runner__c003b871,node_agent_mmd_tool_layer_toollayer_review_gate_core__7704598b,node_agent_mmd_memory_vector_layer_memorylayer_review_5bee9816,index_1bc04b52,types_1_4ecdf56e,validation_constants_e002a0f6,validation_98c41dcd,node_agent_mmd_orchestration_layer_orchestration_chec_0550c395,node_agent_mmd_tool_layer_toollayer_checker_checker_2_453d593b,node_agent_mmd_memory_vector_layer_memorylayer_checke_a583eb4f,cli_args_1_6144b055,node_agent_mmd_orchestration_layer_orchestration_comm_6e41a7f7,node_agent_mmd_tool_layer_toollayer_command_capabilit_7fe13db1,node_agent_mmd_tool_layer_toollayer_command_capabilit_e97a4615,node_agent_mmd_memory_vector_layer_memorylayer_comman_c72a5d05,linear_command_actions_e430f4f4,node_agent_mmd_orchestration_layer_orchestration_line_b67affd5,node_agent_mmd_tool_layer_toollayer_linear_command_ru_d6763748,node_agent_mmd_orchestration_layer_orchestration_poli_3270b55d,node_agent_mmd_tool_layer_toollayer_policy_validators_af136abf,node_agent_mmd_memory_vector_layer_memorylayer_policy_1944de42,node_agent_mmd_orchestration_layer_orchestration_type_7cf81261,node_agent_mmd_tool_layer_toollayer_types_core_types__6c8319b6,node_agent_mmd_memory_vector_layer_memorylayer_types__83f369fa,node_agent_mmd_orchestration_layer_orchestration_vali_d9fe99e6,node_agent_mmd_tool_layer_toollayer_validator_core_va_6ef6131f,node_agent_mmd_memory_vector_layer_memorylayer_valida_41034356,validator_helpers_7b927667,node_agent_mmd_orchestration_layer_orchestration_he_p_fc778c24,node_agent_mmd_tool_layer_toollayer_he_phase_exit_cor_af016160,ralph_runtime_73d63c0e,observed_skill_usage_ed7d5930,closure_evidence_aaa31467,pr_creator_dc6b1ea4,client_948fe603,init_output_360dce91,scaffold_ci_templates_2afd6392,scaffold_codex_environment_templates_334fbbed,scaffold_config_templates_4b80ce53,node_agent_mmd_orchestration_layer_orchestration_scaf_c9a90c2f,node_agent_mmd_tool_layer_toollayer_scaffold_environm_c1afc013,node_agent_mmd_memory_vector_layer_memorylayer_scaffo_12b42341,scaffold_github_actions_pr_pipeline_renderer_1ee18de5,scaffold_github_actions_pr_pipeline_template_e2b85f62,scaffold_release_private_npm_template_075499f8,node_agent_mmd_tool_layer_toollayer_cli_cli_2_1_32d9eeaf,node_agent_mmd_memory_vector_layer_memorylayer_cli_cl_1f1f89ab,node_agent_mmd_tool_layer_toollayer_metrics_tracker_m_4c9237d8,node_agent_mmd_memory_vector_layer_memorylayer_metric_12562178,normalise_renderer_85f2e563,evaluation_engine_core_e054fe49,node_agent_mmd_orchestration_layer_orchestration_tool_cc43149f,node_agent_mmd_tool_layer_toollayer_tooling_baseline__61e66e9f,node_agent_mmd_memory_vector_layer_memorylayer_toolin_14f86b00,replay_packet_a1293f88,index_11_ffcd5842,review_lifecycle_contract_e5447221,review_lifecycle_89afa64c,node_agent_mmd_tool_layer_toollayer_runtime_card_code_3636ceac,node_agent_mmd_memory_vector_layer_memorylayer_runtim_a5d23e7f,runtime_card_codex_runtime_0655e230,runtime_evidence_bundle_d471a232,types_34_85e6a0bb,index_14_d982116c,projection_1b250ea1,types_36_674380ec,validation_6_097a7ce3 toolNode
  classDef memNode fill:#555,color:#fff
  class node_agent_mmd_llm_model_layer_llmlayer_check_steerin_a7dbbd2f,node_agent_mmd_tool_layer_toollayer_check_steering_fe_84ed22c2,node_agent_mmd_memory_vector_layer_memorylayer_check__d71f8993,normalize_workflow_contracts_8701f1c8,sync_codex_preflight_7e7a8dc2,test_harness_upgrade_matrix_84113c4e,validate_workflow_contracts_33dc063c,branch_protect_core_a8feb0fd,node_agent_mmd_tool_layer_toollayer_ci_migrate_core_c_049f8460,node_agent_mmd_memory_vector_layer_memorylayer_ci_mig_0cd5b1a4,context_health_80bb7da9,node_agent_mmd_llm_model_layer_llmlayer_context_conte_ad2dfbd9,node_agent_mmd_memory_vector_layer_memorylayer_contex_78ceaaa9,docs_gate_core_eb9b6c18,node_agent_mmd_llm_model_layer_llmlayer_index_context_1041bd11,node_agent_mmd_memory_vector_layer_memorylayer_index__6f3402d0,local_memory_preflight_dcc36c42,memory_gate_a577a506,pattern_scope_siblings_43abe000,review_context_ca6cf81d,node_agent_mmd_tool_layer_toollayer_review_gate_core__7704598b,node_agent_mmd_memory_vector_layer_memorylayer_review_5bee9816,node_agent_mmd_llm_model_layer_llmlayer_search_search_66b9a911,node_agent_mmd_memory_vector_layer_memorylayer_search_ac35cb7e,session_context_e5ec72c0,node_agent_mmd_orchestration_layer_orchestration_tool_acfe0c01,node_agent_mmd_memory_vector_layer_memorylayer_toolin_a1185b8f,run_local_memory_preflight_36e92808,node_agent_mmd_orchestration_layer_orchestration_chec_0550c395,node_agent_mmd_tool_layer_toollayer_checker_checker_2_453d593b,node_agent_mmd_memory_vector_layer_memorylayer_checke_a583eb4f,node_agent_mmd_orchestration_layer_orchestration_cont_61b3b9c9,node_agent_mmd_memory_vector_layer_memorylayer_contex_fe0865d6,node_agent_mmd_orchestration_layer_orchestration_type_4f906dcc,node_agent_mmd_memory_vector_layer_memorylayer_types__9ad640a0,branch_protect_sync_570adb18,node_agent_mmd_tool_layer_toollayer_command_capabilit_e97a4615,node_agent_mmd_memory_vector_layer_memorylayer_comman_c72a5d05,node_agent_mmd_orchestration_layer_orchestration_comm_1f8cc24c,node_agent_mmd_llm_model_layer_llmlayer_command_specs_782af9fa,node_agent_mmd_memory_vector_layer_memorylayer_comman_111eb454,local_memory_preflight_command_spec_9e23f3ce,memory_gate_command_spec_dc9001a9,review_gate_command_spec_3187376a,session_context_command_spec_973afbb1,node_agent_mmd_llm_model_layer_llmlayer_constants_con_c9bd3f6c,node_agent_mmd_memory_vector_layer_memorylayer_consta_702d3f46,context_compact_policy_3dcaf95d,node_agent_mmd_llm_model_layer_llmlayer_index_index_1_02e160ff,node_agent_mmd_memory_vector_layer_memorylayer_index__752bc61e,node_agent_mmd_llm_model_layer_llmlayer_indexer_index_4f4deef5,node_agent_mmd_memory_vector_layer_memorylayer_indexe_93e6d86f,init_error_5c7dd49f,lexical_fallback_723e2b3e,node_agent_mmd_llm_model_layer_llmlayer_ollama_ollama_968b23fa,node_agent_mmd_memory_vector_layer_memorylayer_ollama_6d51be16,rollout_a4fa034c,sources_878a52fc,store_824d80d7,node_agent_mmd_llm_model_layer_llmlayer_sync_contract_9f3cc8c1,node_agent_mmd_memory_vector_layer_memorylayer_sync_c_e43418bc,types_7_2f1ed65e,harness_run_context_ac7c77a9,index_3_7e40d474,json_schema_core_96d7e328,node_agent_mmd_orchestration_layer_orchestration_poli_3270b55d,node_agent_mmd_tool_layer_toollayer_policy_validators_af136abf,node_agent_mmd_memory_vector_layer_memorylayer_policy_1944de42,node_agent_mmd_orchestration_layer_orchestration_type_7cf81261,node_agent_mmd_tool_layer_toollayer_types_core_types__6c8319b6,node_agent_mmd_memory_vector_layer_memorylayer_types__83f369fa,node_agent_mmd_orchestration_layer_orchestration_vali_d9fe99e6,node_agent_mmd_tool_layer_toollayer_validator_core_va_6ef6131f,node_agent_mmd_memory_vector_layer_memorylayer_valida_41034356,node_agent_mmd_orchestration_layer_orchestration_init_2a9c3ecb,node_agent_mmd_memory_vector_layer_memorylayer_init_m_333d02c5,node_agent_mmd_orchestration_layer_orchestration_proj_6ab6f60f,node_agent_mmd_memory_vector_layer_memorylayer_projec_3ae304d9,scaffold_diagram_templates_dd88e83c,node_agent_mmd_orchestration_layer_orchestration_scaf_12cc07db,node_agent_mmd_memory_vector_layer_memorylayer_scaffo_5fd73b94,node_agent_mmd_orchestration_layer_orchestration_scaf_c9a90c2f,node_agent_mmd_tool_layer_toollayer_scaffold_environm_c1afc013,node_agent_mmd_memory_vector_layer_memorylayer_scaffo_12b42341,scaffold_root_command_templates_404fed7f,scaffold_script_template_registry_69312d4e,scaffold_shell_templates_0ad0f915,scaffold_surfaces_12d6494e,node_agent_mmd_orchestration_layer_orchestration_scaf_ff8f92f6,node_agent_mmd_memory_vector_layer_memorylayer_scaffo_a86eece1,scaffold_workflow_template_92310587,eval_seed_5699fd3e,index_8_6f0f20ec,review_context_1_e3afed15,memory_gate_1_265164ac,branch_enforcer_acb749cd,cli_args_5_09ea29f0,node_agent_mmd_tool_layer_toollayer_cli_cli_2_1_32d9eeaf,node_agent_mmd_memory_vector_layer_memorylayer_cli_cl_1f1f89ab,node_agent_mmd_tool_layer_toollayer_metrics_tracker_m_4c9237d8,node_agent_mmd_memory_vector_layer_memorylayer_metric_12562178,types_17_ed30531c,validator_4_5180cf23,node_agent_mmd_orchestration_layer_orchestration_clas_899b821a,node_agent_mmd_memory_vector_layer_memorylayer_classi_1ebbf5ff,node_agent_mmd_orchestration_layer_orchestration_tool_cc43149f,node_agent_mmd_tool_layer_toollayer_tooling_baseline__61e66e9f,node_agent_mmd_memory_vector_layer_memorylayer_toolin_14f86b00,claim_helpers_20dc8387,types_22_f3cf4a73,local_memory_smoke_1175abfc,local_memory_0db17ecc,performance_overload_c685bfcf,node_agent_mmd_orchestration_layer_orchestration_sugg_85c5ebe3,node_agent_mmd_memory_vector_layer_memorylayer_sugges_267f408d,node_agent_mmd_llm_model_layer_llmlayer_prompt_contex_6426acc2,node_agent_mmd_memory_vector_layer_memorylayer_prompt_55c0d605,types_29_929d5a70,policy_1_fc4198db,node_agent_mmd_tool_layer_toollayer_runtime_card_code_3636ceac,node_agent_mmd_memory_vector_layer_memorylayer_runtim_a5d23e7f,cli_11_338a8415,collector_0736fd5b,types_32_bfe791ff,overload_guard_2748c559 memNode
